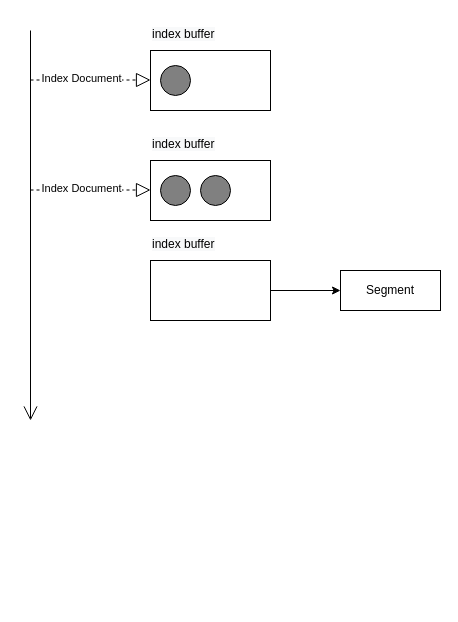
checkking/diagrams keeps this draw.io diagram as es_index_buffer.drawio. Above is the earlier version. Source tidied: cells renumbered, new cells numbered last; positions are measured from the earlier drawing's top-left corner, leaving out a move shared by most shapes. Both pictures are drawn from the tidied source at 100%, with x=0, y=0 at pixel (30, 20).
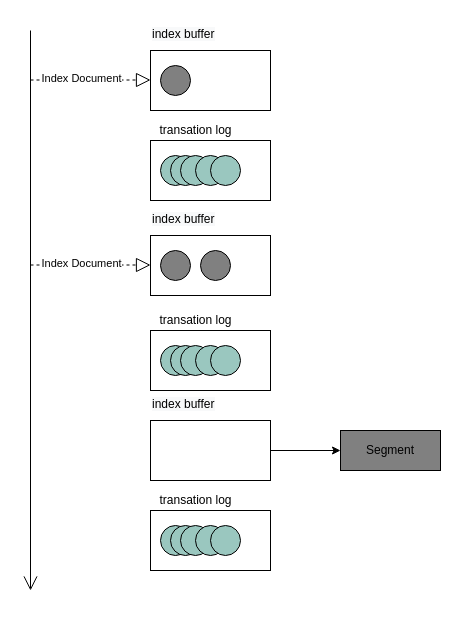
The same diagram, later.

The edit, as a diff of the source:
```diff
@@
     <mxCell id="2" style="endArrow=open;endFill=1;endSize=12;html=1;" parent="1" edge="1">
       <mxGeometry relative="1" as="geometry">
         <mxPoint y="10" as="sourcePoint" />
-        <mxPoint y="400" as="targetPoint" />
+        <mxPoint y="570" as="targetPoint" />
       </mxGeometry>
     </mxCell>
@@
     <mxCell id="8" style="rounded=0;whiteSpace=wrap;html=1;" parent="1" vertex="1">
-      <mxGeometry x="120" y="140" width="120" height="60" as="geometry" />
+      <mxGeometry x="120" y="215" width="120" height="60" as="geometry" />
     </mxCell>
     <mxCell id="9" value="&lt;span style=&quot;color: rgb(0, 0, 0); font-family: helvetica; font-size: 12px; font-style: normal; font-weight: 400; letter-spacing: normal; text-align: center; text-indent: 0px; text-transform: none; word-spacing: 0px; background-color: rgb(248, 249, 250); display: inline; float: none;&quot;&gt;index buffer&lt;/span&gt;" style="text;whiteSpace=wrap;html=1;" parent="1" vertex="1">
-      <mxGeometry x="120" y="110" width="90" height="30" as="geometry" />
+      <mxGeometry x="120" y="185" width="90" height="30" as="geometry" />
     </mxCell>
     <mxCell id="10" style="verticalLabelPosition=bottom;verticalAlign=top;html=1;shape=mxgraph.flowchart.on-page_reference;fillColor=#808080;" parent="1" vertex="1">
-      <mxGeometry x="130" y="155" width="30" height="30" as="geometry" />
+      <mxGeometry x="130" y="230" width="30" height="30" as="geometry" />
     </mxCell>
     <mxCell id="11" style="endArrow=block;dashed=1;endFill=0;endSize=12;html=1;" parent="1" edge="1">
       <mxGeometry relative="1" as="geometry">
-        <mxPoint y="169.5" as="sourcePoint" />
-        <mxPoint x="120" y="169.5" as="targetPoint" />
+        <mxPoint y="244.5" as="sourcePoint" />
+        <mxPoint x="120" y="244.5" as="targetPoint" />
       </mxGeometry>
     </mxCell>
@@
     <mxCell id="13" style="verticalLabelPosition=bottom;verticalAlign=top;html=1;shape=mxgraph.flowchart.on-page_reference;fillColor=#808080;" parent="1" vertex="1">
-      <mxGeometry x="170" y="155" width="30" height="30" as="geometry" />
+      <mxGeometry x="170" y="230" width="30" height="30" as="geometry" />
     </mxCell>
@@
     <mxCell id="15" style="rounded=0;whiteSpace=wrap;html=1;" parent="1" vertex="1">
-      <mxGeometry x="120" y="240" width="120" height="60" as="geometry" />
+      <mxGeometry x="120" y="400" width="120" height="60" as="geometry" />
     </mxCell>
     <mxCell id="16" value="&lt;span style=&quot;color: rgb(0, 0, 0); font-family: helvetica; font-size: 12px; font-style: normal; font-weight: 400; letter-spacing: normal; text-align: center; text-indent: 0px; text-transform: none; word-spacing: 0px; background-color: rgb(248, 249, 250); display: inline; float: none;&quot;&gt;index buffer&lt;/span&gt;" style="text;whiteSpace=wrap;html=1;" parent="1" vertex="1">
-      <mxGeometry x="120" y="210" width="90" height="30" as="geometry" />
+      <mxGeometry x="120" y="370" width="90" height="30" as="geometry" />
     </mxCell>
-    <mxCell id="17" value="Segment" style="rounded=0;whiteSpace=wrap;html=1;" parent="1" vertex="1">
-      <mxGeometry x="310" y="250" width="100" height="40" as="geometry" />
+    <mxCell id="17" value="Segment" style="rounded=0;whiteSpace=wrap;html=1;fillColor=#808080;" parent="1" vertex="1">
+      <mxGeometry x="310" y="410" width="100" height="40" as="geometry" />
     </mxCell>
+    <mxCell id="18" style="rounded=0;whiteSpace=wrap;html=1;" parent="1" vertex="1">
+      <mxGeometry x="120" y="120" width="120" height="60" as="geometry" />
+    </mxCell>
+    <mxCell id="19" style="verticalLabelPosition=bottom;verticalAlign=top;html=1;shape=mxgraph.flowchart.on-page_reference;fillColor=#9AC7BF;" parent="1" vertex="1">
+      <mxGeometry x="130" y="135" width="30" height="30" as="geometry" />
+    </mxCell>
+    <mxCell id="20" style="verticalLabelPosition=bottom;verticalAlign=top;html=1;shape=mxgraph.flowchart.on-page_reference;fillColor=#9AC7BF;" parent="1" vertex="1">
+      <mxGeometry x="140" y="135" width="30" height="30" as="geometry" />
+    </mxCell>
+    <mxCell id="21" style="verticalLabelPosition=bottom;verticalAlign=top;html=1;shape=mxgraph.flowchart.on-page_reference;fillColor=#9AC7BF;" parent="1" vertex="1">
+      <mxGeometry x="150" y="135" width="30" height="30" as="geometry" />
+    </mxCell>
+    <mxCell id="22" style="verticalLabelPosition=bottom;verticalAlign=top;html=1;shape=mxgraph.flowchart.on-page_reference;fillColor=#9AC7BF;" parent="1" vertex="1">
+      <mxGeometry x="165" y="135" width="30" height="30" as="geometry" />
+    </mxCell>
+    <mxCell id="23" style="verticalLabelPosition=bottom;verticalAlign=top;html=1;shape=mxgraph.flowchart.on-page_reference;fillColor=#9AC7BF;" parent="1" vertex="1">
+      <mxGeometry x="180" y="135" width="30" height="30" as="geometry" />
+    </mxCell>
+    <mxCell id="24" style="rounded=0;whiteSpace=wrap;html=1;" parent="1" vertex="1">
+      <mxGeometry x="120" y="310" width="120" height="60" as="geometry" />
+    </mxCell>
+    <mxCell id="25" style="verticalLabelPosition=bottom;verticalAlign=top;html=1;shape=mxgraph.flowchart.on-page_reference;fillColor=#9AC7BF;" parent="1" vertex="1">
+      <mxGeometry x="130" y="325" width="30" height="30" as="geometry" />
+    </mxCell>
+    <mxCell id="26" style="verticalLabelPosition=bottom;verticalAlign=top;html=1;shape=mxgraph.flowchart.on-page_reference;fillColor=#9AC7BF;" parent="1" vertex="1">
+      <mxGeometry x="140" y="325" width="30" height="30" as="geometry" />
+    </mxCell>
+    <mxCell id="27" style="verticalLabelPosition=bottom;verticalAlign=top;html=1;shape=mxgraph.flowchart.on-page_reference;fillColor=#9AC7BF;" parent="1" vertex="1">
+      <mxGeometry x="150" y="325" width="30" height="30" as="geometry" />
+    </mxCell>
+    <mxCell id="28" style="verticalLabelPosition=bottom;verticalAlign=top;html=1;shape=mxgraph.flowchart.on-page_reference;fillColor=#9AC7BF;" parent="1" vertex="1">
+      <mxGeometry x="165" y="325" width="30" height="30" as="geometry" />
+    </mxCell>
+    <mxCell id="29" style="verticalLabelPosition=bottom;verticalAlign=top;html=1;shape=mxgraph.flowchart.on-page_reference;fillColor=#9AC7BF;" parent="1" vertex="1">
+      <mxGeometry x="180" y="325" width="30" height="30" as="geometry" />
+    </mxCell>
+    <mxCell id="30" value="transation log" style="text;html=1;align=center;verticalAlign=middle;strokeColor=none;" parent="1" vertex="1">
+      <mxGeometry x="120" y="100" width="90" height="20" as="geometry" />
+    </mxCell>
+    <mxCell id="31" value="transation log" style="text;html=1;align=center;verticalAlign=middle;strokeColor=none;" parent="1" vertex="1">
+      <mxGeometry x="120" y="290" width="90" height="20" as="geometry" />
+    </mxCell>
+    <mxCell id="32" style="rounded=0;whiteSpace=wrap;html=1;" parent="1" vertex="1">
+      <mxGeometry x="120" y="490" width="120" height="60" as="geometry" />
+    </mxCell>
+    <mxCell id="33" style="verticalLabelPosition=bottom;verticalAlign=top;html=1;shape=mxgraph.flowchart.on-page_reference;fillColor=#9AC7BF;" parent="1" vertex="1">
+      <mxGeometry x="130" y="505" width="30" height="30" as="geometry" />
+    </mxCell>
+    <mxCell id="34" style="verticalLabelPosition=bottom;verticalAlign=top;html=1;shape=mxgraph.flowchart.on-page_reference;fillColor=#9AC7BF;" parent="1" vertex="1">
+      <mxGeometry x="140" y="505" width="30" height="30" as="geometry" />
+    </mxCell>
+    <mxCell id="35" style="verticalLabelPosition=bottom;verticalAlign=top;html=1;shape=mxgraph.flowchart.on-page_reference;fillColor=#9AC7BF;" parent="1" vertex="1">
+      <mxGeometry x="150" y="505" width="30" height="30" as="geometry" />
+    </mxCell>
+    <mxCell id="36" style="verticalLabelPosition=bottom;verticalAlign=top;html=1;shape=mxgraph.flowchart.on-page_reference;fillColor=#9AC7BF;" parent="1" vertex="1">
+      <mxGeometry x="165" y="505" width="30" height="30" as="geometry" />
+    </mxCell>
+    <mxCell id="37" style="verticalLabelPosition=bottom;verticalAlign=top;html=1;shape=mxgraph.flowchart.on-page_reference;fillColor=#9AC7BF;" parent="1" vertex="1">
+      <mxGeometry x="180" y="505" width="30" height="30" as="geometry" />
+    </mxCell>
+    <mxCell id="38" value="transation log" style="text;html=1;align=center;verticalAlign=middle;strokeColor=none;" parent="1" vertex="1">
+      <mxGeometry x="120" y="470" width="90" height="20" as="geometry" />
+    </mxCell>
```
